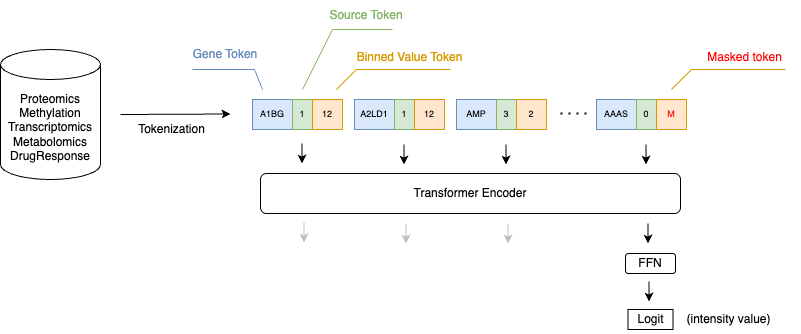
Earlier version of the draw.io export resources/ScOmicsNet.png (glmanhtu/scOmics). Source tidied: cells renumbered, new cells last; positions are measured from the earlier drawing's top-left corner, leaving out a move shared by most shapes.
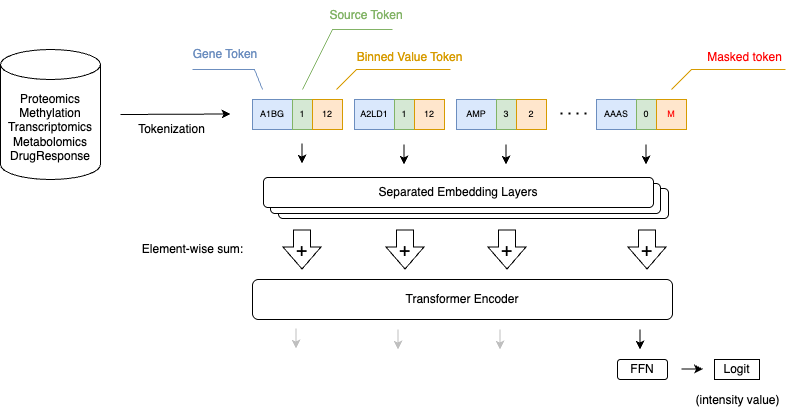
Later version of the same file.

Commit message:
Add more details to the drawing

Change to the diagram source:
```diff
@@ -2,6 +2,12 @@
   <root>
     <mxCell id="0" />
     <mxCell id="1" parent="0" />
+    <mxCell id="39" value="Embedding layers" style="rounded=1;whiteSpace=wrap;html=1;" parent="1" vertex="1">
+      <mxGeometry x="278" y="188" width="390" height="30" as="geometry" />
+    </mxCell>
+    <mxCell id="40" value="Embedding layers" style="rounded=1;whiteSpace=wrap;html=1;" parent="1" vertex="1">
+      <mxGeometry x="270" y="183" width="390" height="30" as="geometry" />
+    </mxCell>
     <mxCell id="2" value="&lt;div&gt;Proteomics&lt;/div&gt;Methylation&lt;br&gt;Transcriptomics&lt;br&gt;Metabolomics&lt;br&gt;DrugResponse" style="shape=cylinder3;whiteSpace=wrap;html=1;boundedLbl=1;backgroundOutline=1;size=15;verticalAlign=middle;horizontal=1;spacingTop=0;spacing=2;" parent="1" vertex="1">
       <mxGeometry y="49" width="100" height="130" as="geometry" />
     </mxCell>
@@ -105,7 +111,7 @@
       <mxGeometry x="126" y="114" width="90" height="30" as="geometry" />
     </mxCell>
     <mxCell id="26" value="Transformer Encoder" style="rounded=1;whiteSpace=wrap;html=1;" parent="1" vertex="1">
-      <mxGeometry x="260" y="173" width="420" height="40" as="geometry" />
+      <mxGeometry x="252" y="279" width="420" height="40" as="geometry" />
     </mxCell>
     <mxCell id="27" style="endArrow=classic;html=1;rounded=0;" parent="1" edge="1">
       <mxGeometry relative="1" as="geometry">
@@ -133,42 +139,84 @@
     </mxCell>
     <mxCell id="31" style="endArrow=classic;html=1;rounded=0;strokeColor=#BFBFBF;" parent="1" edge="1">
       <mxGeometry relative="1" as="geometry">
-        <mxPoint x="303.5" y="222" as="sourcePoint" />
-        <mxPoint x="303.5" y="242" as="targetPoint" />
+        <mxPoint x="295.5" y="328" as="sourcePoint" />
+        <mxPoint x="295.5" y="348" as="targetPoint" />
       </mxGeometry>
     </mxCell>
     <mxCell id="32" style="endArrow=classic;html=1;rounded=0;strokeColor=#BFBFBF;" parent="1" edge="1">
       <mxGeometry relative="1" as="geometry">
-        <mxPoint x="405.5" y="223" as="sourcePoint" />
-        <mxPoint x="405.5" y="243" as="targetPoint" />
+        <mxPoint x="397.5" y="329" as="sourcePoint" />
+        <mxPoint x="397.5" y="349" as="targetPoint" />
       </mxGeometry>
     </mxCell>
     <mxCell id="33" style="endArrow=classic;html=1;rounded=0;strokeColor=#BFBFBF;" parent="1" edge="1">
       <mxGeometry relative="1" as="geometry">
-        <mxPoint x="507.5" y="223" as="sourcePoint" />
-        <mxPoint x="507.5" y="243" as="targetPoint" />
+        <mxPoint x="499.5" y="329" as="sourcePoint" />
+        <mxPoint x="499.5" y="349" as="targetPoint" />
       </mxGeometry>
     </mxCell>
     <mxCell id="34" style="endArrow=classic;html=1;rounded=0;" parent="1" edge="1">
       <mxGeometry relative="1" as="geometry">
-        <mxPoint x="647.5" y="223" as="sourcePoint" />
-        <mxPoint x="647.5" y="243" as="targetPoint" />
+        <mxPoint x="639.5" y="329" as="sourcePoint" />
+        <mxPoint x="639.5" y="349" as="targetPoint" />
       </mxGeometry>
     </mxCell>
     <mxCell id="35" value="FFN" style="rounded=1;whiteSpace=wrap;html=1;" parent="1" vertex="1">
-      <mxGeometry x="625" y="253" width="50" height="20" as="geometry" />
+      <mxGeometry x="617" y="359" width="50" height="20" as="geometry" />
     </mxCell>
     <mxCell id="36" style="endArrow=classic;html=1;rounded=0;" parent="1" edge="1">
       <mxGeometry relative="1" as="geometry">
-        <mxPoint x="648.5" y="281" as="sourcePoint" />
-        <mxPoint x="648.5" y="301" as="targetPoint" />
+        <mxPoint x="681" y="368.5" as="sourcePoint" />
+        <mxPoint x="702.5" y="368.5" as="targetPoint" />
       </mxGeometry>
     </mxCell>
     <mxCell id="37" value="Logit" style="rounded=0;whiteSpace=wrap;html=1;" parent="1" vertex="1">
-      <mxGeometry x="627.5" y="309" width="45" height="20" as="geometry" />
+      <mxGeometry x="714" y="359" width="45" height="20" as="geometry" />
     </mxCell>
     <mxCell id="38" value="(intensity value)" style="text;html=1;align=center;verticalAlign=middle;strokeColor=none;fillColor=none;" parent="1" vertex="1">
-      <mxGeometry x="672.5" y="304" width="110" height="30" as="geometry" />
+      <mxGeometry x="681.5" y="385" width="110" height="30" as="geometry" />
     </mxCell>
+    <mxCell id="41" value="Separated Embedding Layers" style="rounded=1;whiteSpace=wrap;html=1;" parent="1" vertex="1">
+      <mxGeometry x="263" y="177" width="390" height="30" as="geometry" />
+    </mxCell>
+    <mxCell id="42" style="shape=flexArrow;endArrow=classic;html=1;rounded=0;endWidth=20;endSize=7;width=17;" parent="1" edge="1">
+      <mxGeometry relative="1" as="geometry">
+        <mxPoint x="301.5" y="229" as="sourcePoint" />
+        <mxPoint x="301.5" y="269" as="targetPoint" />
+      </mxGeometry>
+    </mxCell>
+    <mxCell id="43" value="+" style="text;html=1;align=center;verticalAlign=middle;strokeColor=none;fillColor=none;fontSize=19;" parent="1" vertex="1">
+      <mxGeometry x="286" y="229" width="30" height="40" as="geometry" />
+    </mxCell>
+    <mxCell id="44" style="shape=flexArrow;endArrow=classic;html=1;rounded=0;endWidth=20;endSize=7;width=17;" parent="1" edge="1">
+      <mxGeometry relative="1" as="geometry">
+        <mxPoint x="404.5" y="229" as="sourcePoint" />
+        <mxPoint x="404.5" y="269" as="targetPoint" />
+      </mxGeometry>
+    </mxCell>
+    <mxCell id="45" value="+" style="text;html=1;align=center;verticalAlign=middle;strokeColor=none;fillColor=none;fontSize=19;" parent="1" vertex="1">
+      <mxGeometry x="389" y="229" width="30" height="40" as="geometry" />
+    </mxCell>
+    <mxCell id="46" style="shape=flexArrow;endArrow=classic;html=1;rounded=0;endWidth=20;endSize=7;width=17;" parent="1" edge="1">
+      <mxGeometry relative="1" as="geometry">
+        <mxPoint x="506.5" y="229" as="sourcePoint" />
+        <mxPoint x="506.5" y="269" as="targetPoint" />
+      </mxGeometry>
+    </mxCell>
+    <mxCell id="47" value="+" style="text;html=1;align=center;verticalAlign=middle;strokeColor=none;fillColor=none;fontSize=19;" parent="1" vertex="1">
+      <mxGeometry x="491" y="229" width="30" height="40" as="geometry" />
+    </mxCell>
+    <mxCell id="48" style="shape=flexArrow;endArrow=classic;html=1;rounded=0;endWidth=20;endSize=7;width=17;" parent="1" edge="1">
+      <mxGeometry relative="1" as="geometry">
+        <mxPoint x="646.5" y="229" as="sourcePoint" />
+        <mxPoint x="646.5" y="269" as="targetPoint" />
+      </mxGeometry>
+    </mxCell>
+    <mxCell id="49" value="+" style="text;html=1;align=center;verticalAlign=middle;strokeColor=none;fillColor=none;fontSize=19;" parent="1" vertex="1">
+      <mxGeometry x="631" y="229" width="30" height="40" as="geometry" />
+    </mxCell>
+    <mxCell id="50" value="Element-wise sum:" style="text;html=1;align=center;verticalAlign=middle;strokeColor=none;fillColor=none;" parent="1" vertex="1">
+      <mxGeometry x="132" y="234" width="120" height="30" as="geometry" />
+    </mxCell>
   </root>
 </mxGraphModel>
```
